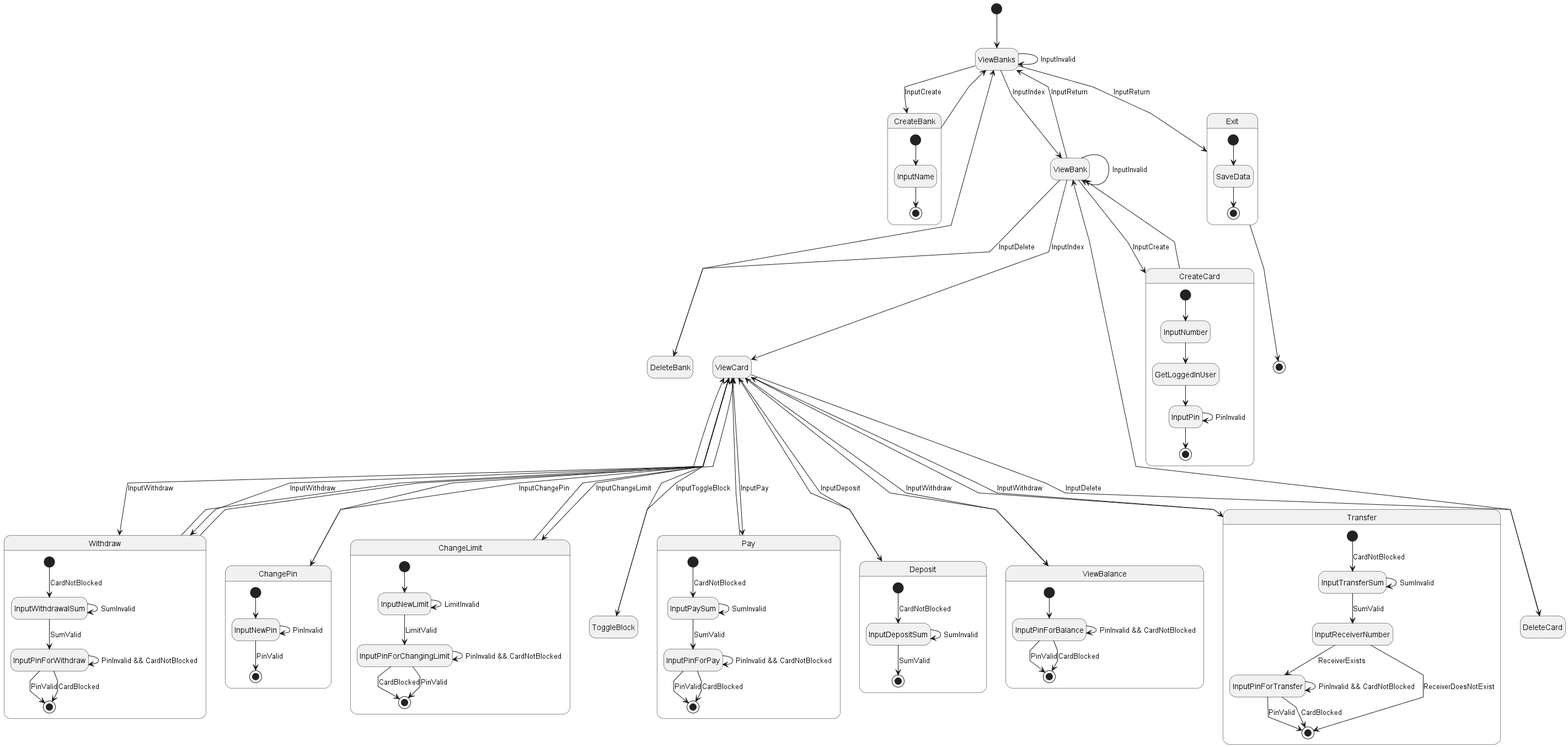
Before: Sem4/LW1/state_diagram.png, a diagram exported from PlantUML (robilkot/BSUIR_PPOIS). Source of this version:
```plantuml
@startuml
hide empty description
skinparam linetype polyline

[*] --> ViewBanks

state ViewBanks
state CreateBank  {
	[*] --> InputName
	InputName --> [*]
}
state ViewBank
state DeleteBank
state CreateCard  {
	[*] --> InputNumber
	InputNumber --> GetLoggedInUser
	GetLoggedInUser --> InputPin
	InputPin --> InputPin : PinInvalid
	InputPin --> [*]
}
state Withdraw
state ChangePin
state ChangeLimit
state Exit {
	[*] --> SaveData
	SaveData --> [*]
}

ViewBanks --> Exit: InputReturn

ViewBanks --> ViewBanks : InputInvalid
ViewBanks --> ViewBank : InputIndex
ViewBanks --> CreateBank : InputCreate
CreateBank --> ViewBanks

ViewBank --> ViewBank : InputInvalid
ViewBank --> DeleteBank : InputDelete
DeleteBank --> ViewBanks
ViewBank --> ViewBanks : InputReturn
ViewBank --> ViewCard : InputIndex
ViewBank --> CreateCard : InputCreate
CreateCard --> ViewBank

ViewCard --> DeleteCard : InputDelete
DeleteCard --> ViewBank

ViewCard --> ToggleBlock : InputToggleBlock
ToggleBlock --> ViewCard

ViewCard --> Pay : InputPay
Pay --> ViewCard

ViewCard --> Deposit : InputDeposit
Deposit --> ViewCard

state Deposit {
	[*] --> InputDepositSum : CardNotBlocked
	InputDepositSum --> [*] : SumValid
	InputDepositSum --> InputDepositSum : SumInvalid
}

ViewCard --> Withdraw : InputWithdraw
Withdraw --> ViewCard

state Withdraw {
	[*] --> InputWithdrawalSum : CardNotBlocked
	InputWithdrawalSum --> InputPinForWithdraw : SumValid
	InputWithdrawalSum --> InputWithdrawalSum : SumInvalid
	InputPinForWithdraw --> InputPinForWithdraw: PinInvalid && CardNotBlocked
	InputPinForWithdraw --> [*] : PinValid
	InputPinForWithdraw --> [*] : CardBlocked
}

ViewCard --> ChangePin : InputChangePin
ChangePin --> ViewCard

state ChangePin {
	[*] --> InputNewPin
	InputNewPin --> InputNewPin : PinInvalid
	InputNewPin --> [*] : PinValid
}

ViewCard --> ChangeLimit : InputChangeLimit
ChangeLimit --> ViewCard

state ChangeLimit {
	[*] --> InputNewLimit
	InputNewLimit --> InputNewLimit : LimitInvalid
	InputNewLimit --> InputPinForChangingLimit : LimitValid
	InputPinForChangingLimit --> InputPinForChangingLimit : PinInvalid && CardNotBlocked
	InputPinForChangingLimit --> [*] : CardBlocked
	InputPinForChangingLimit --> [*] : PinValid
}


ViewCard --> Withdraw : InputWithdraw
Withdraw --> ViewCard

state Pay {
	[*] --> InputPaySum : CardNotBlocked
	InputPaySum --> InputPinForPay : SumValid
	InputPaySum --> InputPaySum : SumInvalid
	InputPinForPay --> InputPinForPay: PinInvalid && CardNotBlocked
	InputPinForPay --> [*] : PinValid
	InputPinForPay --> [*] : CardBlocked
}

ViewCard --> ViewBalance : InputWithdraw
ViewBalance --> ViewCard

state ViewBalance {
	[*] --> InputPinForBalance
	InputPinForBalance --> InputPinForBalance: PinInvalid && CardNotBlocked
	InputPinForBalance --> [*] : PinValid
	InputPinForBalance --> [*] : CardBlocked
}

ViewCard --> Transfer : InputWithdraw
Transfer --> ViewCard

state Transfer {
	[*] --> InputTransferSum : CardNotBlocked
	InputTransferSum --> InputReceiverNumber : SumValid
	InputTransferSum --> InputTransferSum : SumInvalid
	InputReceiverNumber --> InputPinForTransfer : ReceiverExists
	InputReceiverNumber --> [*] : ReceiverDoesNotExist
	InputPinForTransfer --> InputPinForTransfer: PinInvalid && CardNotBlocked
	InputPinForTransfer --> [*] : PinValid
	InputPinForTransfer --> [*] : CardBlocked
}

Exit --> [*]

@enduml
```
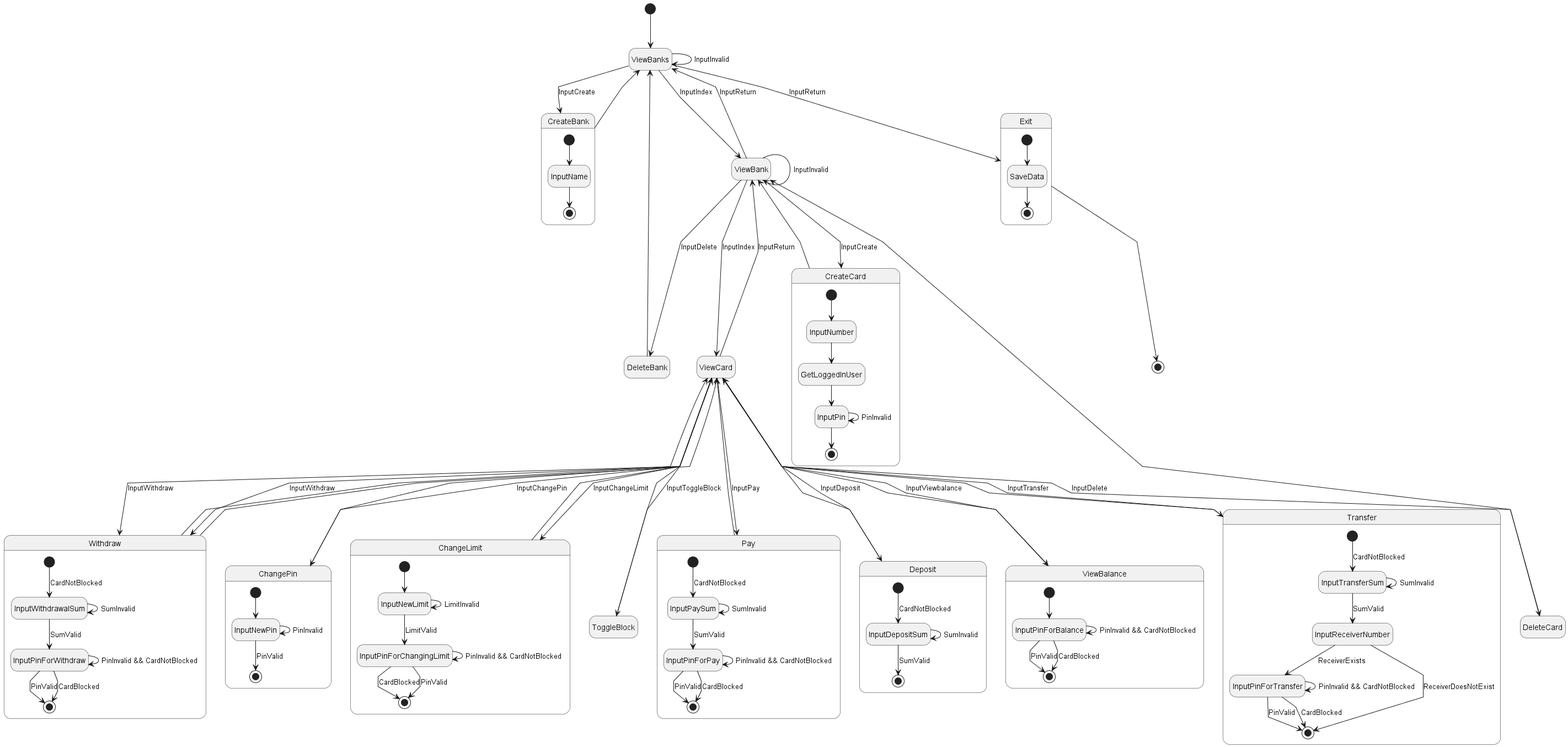
After the commit.

The edit, as a diff of the source:
```diff
@@ -40,6 +40,8 @@
 ViewBank --> ViewCard : InputIndex
 ViewBank --> CreateCard : InputCreate
 CreateCard --> ViewBank
+
+ViewCard --> ViewBank : InputReturn
 
 ViewCard --> DeleteCard : InputDelete
 DeleteCard --> ViewBank
@@ -105,7 +107,7 @@
 	InputPinForPay --> [*] : CardBlocked
 }
 
-ViewCard --> ViewBalance : InputWithdraw
+ViewCard --> ViewBalance : InputViewbalance
 ViewBalance --> ViewCard
 
 state ViewBalance {
@@ -115,7 +117,7 @@
 	InputPinForBalance --> [*] : CardBlocked
 }
 
-ViewCard --> Transfer : InputWithdraw
+ViewCard --> Transfer : InputTransfer
 Transfer --> ViewCard
 
 state Transfer {
```
